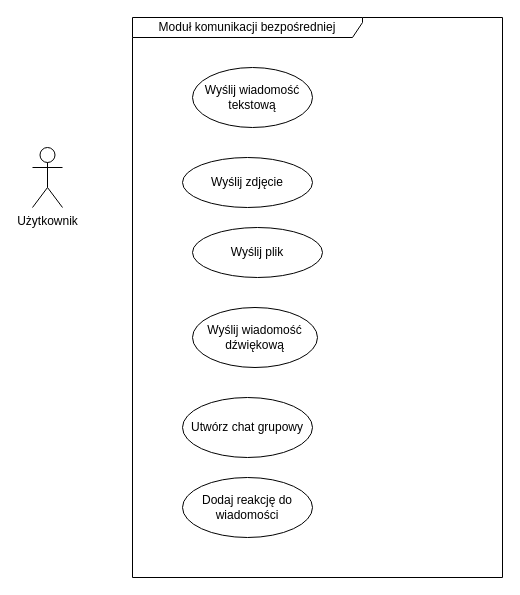
The draw.io diagram page "Page-1" (1 of 3) of mwo_lokalni_app.drawio in Haltie13/lokalni_app, before the edit. Source tidied: cells renumbered, new cells numbered last; positions are measured from the earlier drawing's top-left corner, leaving out a move shared by most shapes. Both pictures are drawn from the tidied source at 100%, with x=0, y=0 at pixel (32, 17).
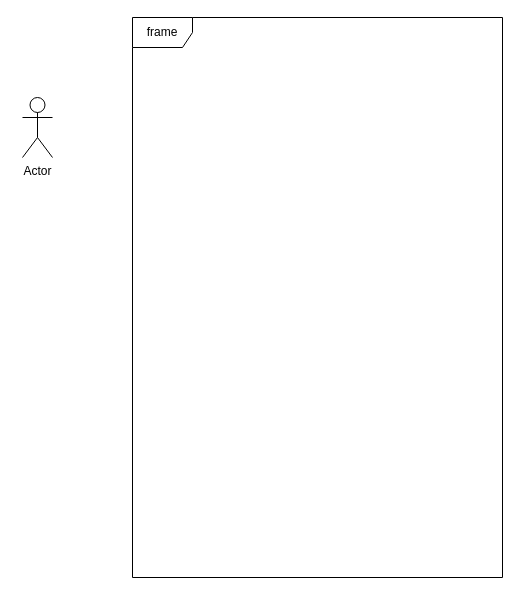
Above is the later version.

The edit, as a diff of the source:
```diff
@@
 <mxGraphModel>
   <root>
     <mxCell id="0" />
     <mxCell id="1" parent="0" />
-    <mxCell id="2" value="Moduł komunikacji bezpośredniej" style="shape=umlFrame;whiteSpace=wrap;html=1;width=230;height=20;" parent="1" vertex="1">
+    <mxCell id="2" value="frame" style="shape=umlFrame;whiteSpace=wrap;html=1;" parent="1" vertex="1">
       <mxGeometry x="100" width="370" height="560" as="geometry" />
     </mxCell>
-    <mxCell id="3" value="Użytkownik" style="shape=umlActor;verticalLabelPosition=bottom;verticalAlign=top;html=1;" parent="1" vertex="1">
-      <mxGeometry y="130" width="30" height="60" as="geometry" />
+    <mxCell id="3" value="Actor" style="shape=umlActor;verticalLabelPosition=bottom;verticalAlign=top;html=1;" parent="1" vertex="1">
+      <mxGeometry x="-10" y="80" width="30" height="60" as="geometry" />
     </mxCell>
-    <mxCell id="4" value="Wyślij wiadomość tekstową" style="ellipse;whiteSpace=wrap;html=1;" parent="1" vertex="1">
-      <mxGeometry x="160" y="50" width="120" height="60" as="geometry" />
-    </mxCell>
-    <mxCell id="5" value="Wyślij zdjęcie" style="ellipse;whiteSpace=wrap;html=1;" parent="1" vertex="1">
-      <mxGeometry x="150" y="140" width="130" height="50" as="geometry" />
-    </mxCell>
-    <mxCell id="6" value="Wyślij plik" style="ellipse;whiteSpace=wrap;html=1;" parent="1" vertex="1">
-      <mxGeometry x="160" y="210" width="130" height="50" as="geometry" />
-    </mxCell>
-    <mxCell id="7" value="Wyślij wiadomość dźwiękową" style="ellipse;whiteSpace=wrap;html=1;" parent="1" vertex="1">
-      <mxGeometry x="160" y="290" width="125" height="60" as="geometry" />
-    </mxCell>
-    <mxCell id="8" value="Utwórz chat grupowy" style="ellipse;whiteSpace=wrap;html=1;" parent="1" vertex="1">
-      <mxGeometry x="150" y="380" width="130" height="60" as="geometry" />
-    </mxCell>
-    <mxCell id="9" value="Dodaj reakcję do wiadomości" style="ellipse;whiteSpace=wrap;html=1;" parent="1" vertex="1">
-      <mxGeometry x="150" y="460" width="130" height="60" as="geometry" />
-    </mxCell>
   </root>
 </mxGraphModel>
```
